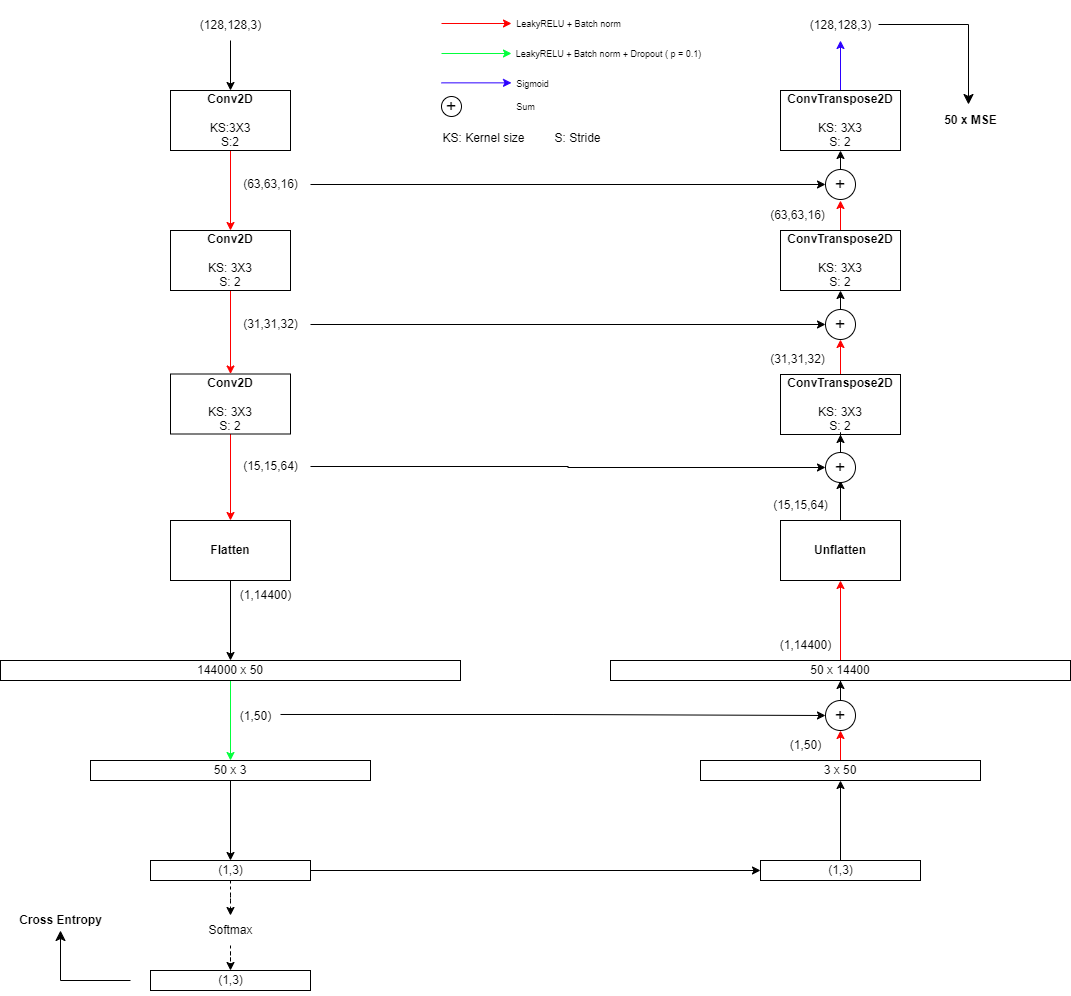
Above: Diagram/Classifier.drawio.png in GianpietroNicoletti97/HDA-project (draw.io), before the change. Source tidied: cells renumbered, new cells last; positions are measured from the earlier drawing's top-left corner, leaving out a move shared by most shapes.
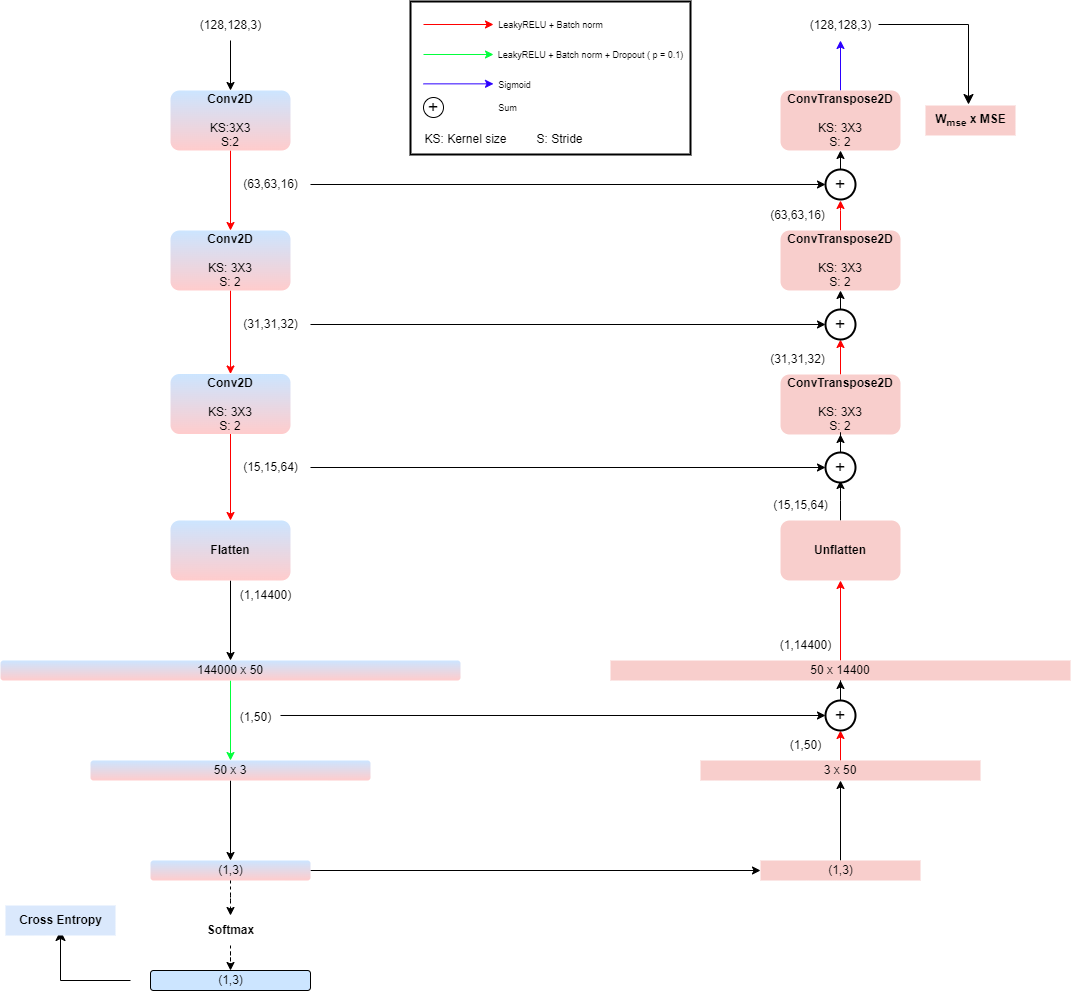
The same diagram one commit later.

What changed in the source:
```diff
@@ -7,3 +7,3 @@
     </mxCell>
-    <mxCell id="3" value="&lt;b&gt;Conv2D&lt;/b&gt;&lt;br&gt;&lt;br&gt;KS:3X3&lt;br&gt;S:2" style="rounded=0;whiteSpace=wrap;html=1;" parent="1" vertex="1">
+    <mxCell id="3" value="&lt;b&gt;Conv2D&lt;/b&gt;&lt;br&gt;&lt;br&gt;KS:3X3&lt;br&gt;S:2" style="rounded=1;whiteSpace=wrap;html=1;fillColor=#FFCCCC;gradientColor=#CCE5FF;strokeColor=none;gradientDirection=north;fillStyle=auto;" parent="1" vertex="1">
       <mxGeometry x="170" y="90" width="120" height="60" as="geometry" />
@@ -13,3 +13,3 @@
     </mxCell>
-    <mxCell id="5" value="&lt;b style=&quot;border-color: var(--border-color);&quot;&gt;Conv2D&lt;/b&gt;&lt;br&gt;&lt;br&gt;KS: 3X3&lt;br style=&quot;border-color: var(--border-color);&quot;&gt;S: 2" style="rounded=0;whiteSpace=wrap;html=1;" parent="1" vertex="1">
+    <mxCell id="5" value="&lt;b style=&quot;border-color: var(--border-color);&quot;&gt;Conv2D&lt;/b&gt;&lt;br&gt;&lt;br&gt;KS: 3X3&lt;br style=&quot;border-color: var(--border-color);&quot;&gt;S: 2" style="rounded=1;whiteSpace=wrap;html=1;fillColor=#FFCCCC;strokeColor=none;gradientColor=#CCE5FF;gradientDirection=north;fillStyle=auto;" parent="1" vertex="1">
       <mxGeometry x="170" y="230" width="120" height="60" as="geometry" />
@@ -19,3 +19,3 @@
     </mxCell>
-    <mxCell id="7" value="&lt;b style=&quot;border-color: var(--border-color);&quot;&gt;Conv2D&lt;/b&gt;&lt;br&gt;&lt;br&gt;KS: 3X3&lt;br style=&quot;border-color: var(--border-color);&quot;&gt;S: 2" style="rounded=0;whiteSpace=wrap;html=1;" parent="1" vertex="1">
+    <mxCell id="7" value="&lt;b style=&quot;border-color: var(--border-color);&quot;&gt;Conv2D&lt;/b&gt;&lt;br&gt;&lt;br&gt;KS: 3X3&lt;br style=&quot;border-color: var(--border-color);&quot;&gt;S: 2" style="rounded=1;whiteSpace=wrap;html=1;fillColor=#FFCCCC;strokeColor=none;gradientColor=#CCE5FF;gradientDirection=north;fillStyle=auto;" parent="1" vertex="1">
       <mxGeometry x="170" y="373.5" width="120" height="60" as="geometry" />
@@ -25,3 +25,3 @@
     </mxCell>
-    <mxCell id="9" value="&lt;b&gt;Flatten&lt;/b&gt;" style="rounded=0;whiteSpace=wrap;html=1;" parent="1" vertex="1">
+    <mxCell id="9" value="&lt;b&gt;Flatten&lt;/b&gt;" style="rounded=1;whiteSpace=wrap;html=1;fillColor=#FFCCCC;strokeColor=none;gradientColor=#CCE5FF;gradientDirection=north;fillStyle=auto;" parent="1" vertex="1">
       <mxGeometry x="170" y="520" width="120" height="60" as="geometry" />
@@ -50,3 +50,3 @@
     <mxCell id="17" value="(15,15,64)" style="text;html=1;align=center;verticalAlign=middle;points=[];strokeColor=none;fillColor=none;" parent="1" vertex="1">
-      <mxGeometry x="230" y="451" width="80" height="30" as="geometry" />
+      <mxGeometry x="230" y="452" width="80" height="30" as="geometry" />
     </mxCell>
@@ -55,3 +55,3 @@
     </mxCell>
-    <mxCell id="19" value="144000 x 50" style="rounded=0;whiteSpace=wrap;html=1;" parent="1" vertex="1">
+    <mxCell id="19" value="144000 x 50" style="rounded=1;whiteSpace=wrap;html=1;fillColor=#FFCCCC;strokeColor=none;gradientColor=#CCE5FF;gradientDirection=north;fillStyle=auto;" parent="1" vertex="1">
       <mxGeometry y="660" width="460" height="20" as="geometry" />
@@ -64,3 +64,3 @@
     </mxCell>
-    <mxCell id="22" value="50 x 3" style="rounded=0;whiteSpace=wrap;html=1;" parent="1" vertex="1">
+    <mxCell id="22" value="50 x 3" style="rounded=1;whiteSpace=wrap;html=1;fillColor=#FFCCCC;strokeColor=none;gradientColor=#CCE5FF;gradientDirection=north;fillStyle=auto;" parent="1" vertex="1">
       <mxGeometry x="90" y="760" width="280" height="20" as="geometry" />
@@ -73,3 +73,3 @@
     </mxCell>
-    <mxCell id="25" style="rounded=0;whiteSpace=wrap;html=1;" parent="1" vertex="1">
+    <mxCell id="25" style="rounded=1;whiteSpace=wrap;html=1;fillColor=#FFCCCC;strokeColor=none;gradientColor=#CCE5FF;gradientDirection=north;fillStyle=auto;" parent="1" vertex="1">
       <mxGeometry x="150" y="860" width="160" height="20" as="geometry" />
@@ -80,3 +80,3 @@
     <mxCell id="27" value="(1,50)" style="text;html=1;align=center;verticalAlign=middle;points=[];strokeColor=none;fillColor=none;" parent="1" vertex="1">
-      <mxGeometry x="230" y="701" width="50" height="30" as="geometry" />
+      <mxGeometry x="230" y="702" width="50" height="30" as="geometry" />
     </mxCell>
@@ -88,3 +88,3 @@
     </mxCell>
-    <mxCell id="30" value="50 x 14400" style="rounded=0;whiteSpace=wrap;html=1;" parent="1" vertex="1">
+    <mxCell id="30" value="50 x 14400" style="rounded=0;whiteSpace=wrap;html=1;fillColor=#f8cecc;strokeColor=none;" parent="1" vertex="1">
       <mxGeometry x="610" y="660" width="460" height="20" as="geometry" />
@@ -94,3 +94,3 @@
     </mxCell>
-    <mxCell id="32" value="3 x 50" style="rounded=0;whiteSpace=wrap;html=1;" parent="1" vertex="1">
+    <mxCell id="32" value="3 x 50" style="rounded=0;whiteSpace=wrap;html=1;fillColor=#f8cecc;strokeColor=none;" parent="1" vertex="1">
       <mxGeometry x="700" y="760" width="280" height="20" as="geometry" />
@@ -100,3 +100,3 @@
     </mxCell>
-    <mxCell id="34" style="rounded=0;whiteSpace=wrap;html=1;" parent="1" vertex="1">
+    <mxCell id="34" style="rounded=0;whiteSpace=wrap;html=1;fillColor=#f8cecc;strokeColor=none;" parent="1" vertex="1">
       <mxGeometry x="760" y="860" width="160" height="20" as="geometry" />
@@ -112,3 +112,3 @@
     </mxCell>
-    <mxCell id="38" style="rounded=0;whiteSpace=wrap;html=1;" parent="1" vertex="1">
+    <mxCell id="38" style="rounded=1;whiteSpace=wrap;html=1;fillColor=#CCE5FF;" parent="1" vertex="1">
       <mxGeometry x="150" y="970" width="160" height="20" as="geometry" />
@@ -120,3 +120,3 @@
     </mxCell>
-    <mxCell id="40" value="&lt;b&gt;Unflatten&lt;/b&gt;" style="rounded=0;whiteSpace=wrap;html=1;" parent="1" vertex="1">
+    <mxCell id="40" value="&lt;b&gt;Unflatten&lt;/b&gt;" style="rounded=1;whiteSpace=wrap;html=1;fillColor=#f8cecc;strokeColor=none;" parent="1" vertex="1">
       <mxGeometry x="780" y="520" width="120" height="60" as="geometry" />
@@ -126,3 +126,3 @@
     </mxCell>
-    <mxCell id="42" value="&lt;b style=&quot;border-color: var(--border-color);&quot;&gt;ConvTranspose2D&lt;/b&gt;&lt;br&gt;&lt;br&gt;KS: 3X3&lt;br style=&quot;border-color: var(--border-color);&quot;&gt;S: 2" style="rounded=0;whiteSpace=wrap;html=1;" parent="1" vertex="1">
+    <mxCell id="42" value="&lt;b style=&quot;border-color: var(--border-color);&quot;&gt;ConvTranspose2D&lt;/b&gt;&lt;br&gt;&lt;br&gt;KS: 3X3&lt;br style=&quot;border-color: var(--border-color);&quot;&gt;S: 2" style="rounded=1;whiteSpace=wrap;html=1;fillColor=#f8cecc;strokeColor=none;" parent="1" vertex="1">
       <mxGeometry x="780" y="374" width="120" height="60" as="geometry" />
@@ -134,3 +134,3 @@
     </mxCell>
-    <mxCell id="44" value="&lt;b style=&quot;border-color: var(--border-color);&quot;&gt;ConvTranspose2D&lt;/b&gt;&lt;br&gt;&lt;br&gt;KS: 3X3&lt;br style=&quot;border-color: var(--border-color);&quot;&gt;S: 2" style="rounded=0;whiteSpace=wrap;html=1;" parent="1" vertex="1">
+    <mxCell id="44" value="&lt;b style=&quot;border-color: var(--border-color);&quot;&gt;ConvTranspose2D&lt;/b&gt;&lt;br&gt;&lt;br&gt;KS: 3X3&lt;br style=&quot;border-color: var(--border-color);&quot;&gt;S: 2" style="rounded=1;whiteSpace=wrap;html=1;fillColor=#f8cecc;strokeColor=none;glass=0;" parent="1" vertex="1">
       <mxGeometry x="780" y="230" width="120" height="60" as="geometry" />
@@ -140,3 +140,3 @@
     </mxCell>
-    <mxCell id="46" value="&lt;b style=&quot;border-color: var(--border-color);&quot;&gt;ConvTranspose2D&lt;/b&gt;&lt;br&gt;&lt;br&gt;KS: 3X3&lt;br style=&quot;border-color: var(--border-color);&quot;&gt;S: 2" style="rounded=0;whiteSpace=wrap;html=1;" parent="1" vertex="1">
+    <mxCell id="46" value="&lt;b style=&quot;border-color: var(--border-color);&quot;&gt;ConvTranspose2D&lt;/b&gt;&lt;br&gt;&lt;br&gt;KS: 3X3&lt;br style=&quot;border-color: var(--border-color);&quot;&gt;S: 2" style="rounded=1;whiteSpace=wrap;html=1;fillColor=#f8cecc;strokeColor=none;gradientColor=none;glass=0;shadow=0;fillStyle=auto;" parent="1" vertex="1">
       <mxGeometry x="780" y="90" width="120" height="60" as="geometry" />
@@ -161,3 +161,3 @@
     </mxCell>
-    <mxCell id="53" value="Softmax" style="text;html=1;align=center;verticalAlign=middle;points=[];strokeColor=none;fillColor=none;" parent="1" vertex="1">
+    <mxCell id="53" value="&lt;b&gt;Softmax&lt;/b&gt;" style="text;html=1;align=center;verticalAlign=middle;points=[];strokeColor=none;fillColor=none;" parent="1" vertex="1">
       <mxGeometry x="195" y="915" width="70" height="30" as="geometry" />
@@ -167,3 +167,3 @@
     </mxCell>
-    <mxCell id="55" value="&lt;font style=&quot;font-size: 18px;&quot;&gt;+&lt;/font&gt;" style="ellipse;whiteSpace=wrap;html=1;" parent="1" vertex="1">
+    <mxCell id="55" value="&lt;font style=&quot;font-size: 18px;&quot;&gt;+&lt;/font&gt;" style="ellipse;whiteSpace=wrap;html=1;strokeWidth=2;" parent="1" vertex="1">
       <mxGeometry x="825" y="169" width="30" height="30" as="geometry" />
@@ -173,3 +173,3 @@
     </mxCell>
-    <mxCell id="57" value="&lt;font style=&quot;font-size: 18px;&quot;&gt;+&lt;/font&gt;" style="ellipse;whiteSpace=wrap;html=1;" parent="1" vertex="1">
+    <mxCell id="57" value="&lt;font style=&quot;font-size: 18px;&quot;&gt;+&lt;/font&gt;" style="ellipse;whiteSpace=wrap;html=1;strokeWidth=2;" parent="1" vertex="1">
       <mxGeometry x="825" y="309" width="30" height="30" as="geometry" />
@@ -179,3 +179,3 @@
     </mxCell>
-    <mxCell id="59" value="&lt;font style=&quot;font-size: 18px;&quot;&gt;+&lt;/font&gt;" style="ellipse;whiteSpace=wrap;html=1;" parent="1" vertex="1">
+    <mxCell id="59" value="&lt;font style=&quot;font-size: 18px;&quot;&gt;+&lt;/font&gt;" style="ellipse;whiteSpace=wrap;html=1;strokeWidth=2;" parent="1" vertex="1">
       <mxGeometry x="825" y="452" width="30" height="30" as="geometry" />
@@ -185,65 +185,65 @@
     </mxCell>
-    <mxCell id="61" value="&lt;font style=&quot;font-size: 18px;&quot;&gt;+&lt;/font&gt;" style="ellipse;whiteSpace=wrap;html=1;" parent="1" vertex="1">
+    <mxCell id="61" value="&lt;font style=&quot;font-size: 18px;&quot;&gt;+&lt;/font&gt;" style="ellipse;whiteSpace=wrap;html=1;strokeWidth=2;" parent="1" vertex="1">
       <mxGeometry x="825" y="700" width="30" height="30" as="geometry" />
     </mxCell>
-    <mxCell id="62" style="group;" parent="1" vertex="1">
-      <mxGeometry x="431" width="280" height="153" as="geometry" />
-    </mxCell>
+    <mxCell id="73" style="edgeStyle=segmentEdgeStyle;endArrow=classic;html=1;curved=0;rounded=0;endSize=8;startSize=8;" parent="1" edge="1">
+      <mxGeometry relative="1" as="geometry">
+        <mxPoint x="878" y="24" as="sourcePoint" />
+        <mxPoint x="968" y="104" as="targetPoint" />
+      </mxGeometry>
+    </mxCell>
+    <mxCell id="74" value="&lt;b&gt;W&lt;sub&gt;mse&lt;/sub&gt; x MSE&lt;/b&gt;" style="text;html=1;align=center;verticalAlign=middle;strokeColor=none;fillColor=#f8cecc;" parent="1" vertex="1">
+      <mxGeometry x="925" y="105" width="90" height="30" as="geometry" />
+    </mxCell>
+    <mxCell id="75" style="edgeStyle=segmentEdgeStyle;endArrow=classic;html=1;curved=0;rounded=0;endSize=8;startSize=8;" parent="1" edge="1">
+      <mxGeometry relative="1" as="geometry">
+        <mxPoint x="130" y="980" as="sourcePoint" />
+        <mxPoint x="60" y="930" as="targetPoint" />
+      </mxGeometry>
+    </mxCell>
+    <mxCell id="76" value="&lt;b&gt;Cross Entropy&lt;/b&gt;" style="text;html=1;align=center;verticalAlign=middle;strokeColor=none;fillColor=#dae8fc;" parent="1" vertex="1">
+      <mxGeometry x="5" y="905" width="110" height="30" as="geometry" />
+    </mxCell>
+    <mxCell id="77" style="group;" parent="1" vertex="1">
+      <mxGeometry x="410" y="1" width="285" height="153" as="geometry" />
+    </mxCell>
-    <mxCell id="63" style="rounded=0;whiteSpace=wrap;html=1;strokeColor=none;" parent="62" vertex="1">
+    <mxCell id="63" style="rounded=1;whiteSpace=wrap;html=1;fillColor=none;strokeColor=#000000;strokeWidth=2;glass=0;arcSize=0;" parent="77" vertex="1">
       <mxGeometry width="280" height="153" as="geometry" />
     </mxCell>
-    <mxCell id="64" style="edgeStyle=none;orthogonalLoop=1;jettySize=auto;html=1;rounded=0;strokeColor=#FF0000;" parent="62" edge="1">
+    <mxCell id="64" style="edgeStyle=none;orthogonalLoop=1;jettySize=auto;html=1;rounded=0;strokeColor=#FF0000;" parent="77" edge="1">
       <mxGeometry relative="1" as="geometry">
-        <mxPoint x="10" y="23" as="sourcePoint" />
-        <mxPoint x="80" y="23" as="targetPoint" />
+        <mxPoint x="13" y="23" as="sourcePoint" />
+        <mxPoint x="83" y="23" as="targetPoint" />
       </mxGeometry>
     </mxCell>
-    <mxCell id="65" style="edgeStyle=none;orthogonalLoop=1;jettySize=auto;html=1;rounded=0;strokeColor=#03FF3D;" parent="62" edge="1">
+    <mxCell id="65" style="edgeStyle=none;orthogonalLoop=1;jettySize=auto;html=1;rounded=0;strokeColor=#03FF3D;" parent="77" edge="1">
       <mxGeometry relative="1" as="geometry">
-        <mxPoint x="10" y="53" as="sourcePoint" />
-        <mxPoint x="80" y="53" as="targetPoint" />
+        <mxPoint x="13" y="53" as="sourcePoint" />
+        <mxPoint x="83" y="53" as="targetPoint" />
       </mxGeometry>
     </mxCell>
-    <mxCell id="66" style="edgeStyle=none;orthogonalLoop=1;jettySize=auto;html=1;rounded=0;strokeColor=#2B00FF;" parent="62" edge="1">
+    <mxCell id="66" style="edgeStyle=none;orthogonalLoop=1;jettySize=auto;html=1;rounded=0;strokeColor=#2B00FF;" parent="77" edge="1">
       <mxGeometry relative="1" as="geometry">
-        <mxPoint x="10" y="82.3" as="sourcePoint" />
-        <mxPoint x="80" y="82.3" as="targetPoint" />
+        <mxPoint x="13" y="82.3" as="sourcePoint" />
+        <mxPoint x="83" y="82.3" as="targetPoint" />
       </mxGeometry>
     </mxCell>
-    <mxCell id="67" value="&lt;font style=&quot;font-size: 9px;&quot;&gt;LeakyRELU + Batch norm&lt;/font&gt;" style="text;html=1;align=center;verticalAlign=middle;strokeColor=none;fillColor=none;" parent="62" vertex="1">
-      <mxGeometry x="72" y="8" width="130" height="30" as="geometry" />
+    <mxCell id="67" value="&lt;font style=&quot;font-size: 9px;&quot;&gt;LeakyRELU + Batch norm&lt;/font&gt;" style="text;html=1;align=center;verticalAlign=middle;strokeColor=none;fillColor=none;" parent="77" vertex="1">
+      <mxGeometry x="75" y="8" width="130" height="30" as="geometry" />
     </mxCell>
-    <mxCell id="68" value="&lt;font style=&quot;font-size: 9px;&quot;&gt;LeakyRELU + Batch norm + Dropout ( p = 0.1)&lt;/font&gt;" style="text;html=1;align=center;verticalAlign=middle;strokeColor=none;fillColor=none;" parent="62" vertex="1">
-      <mxGeometry x="72" y="38" width="210" height="30" as="geometry" />
+    <mxCell id="68" value="&lt;font style=&quot;font-size: 9px;&quot;&gt;LeakyRELU + Batch norm + Dropout ( p = 0.1)&lt;/font&gt;" style="text;html=1;align=center;verticalAlign=middle;strokeColor=none;fillColor=none;" parent="77" vertex="1">
+      <mxGeometry x="75" y="38" width="210" height="30" as="geometry" />
     </mxCell>
-    <mxCell id="69" value="&lt;font style=&quot;font-size: 9px;&quot;&gt;Sigmoid&lt;/font&gt;" style="text;html=1;align=center;verticalAlign=middle;strokeColor=none;fillColor=none;" parent="62" vertex="1">
-      <mxGeometry x="71" y="68" width="60" height="30" as="geometry" />
+    <mxCell id="69" value="&lt;font style=&quot;font-size: 9px;&quot;&gt;Sigmoid&lt;/font&gt;" style="text;html=1;align=center;verticalAlign=middle;strokeColor=none;fillColor=none;" parent="77" vertex="1">
+      <mxGeometry x="74" y="68" width="60" height="30" as="geometry" />
     </mxCell>
-    <mxCell id="70" value="&lt;font style=&quot;font-size: 18px;&quot;&gt;+&lt;/font&gt;" style="ellipse;whiteSpace=wrap;html=1;" parent="62" vertex="1">
-      <mxGeometry x="10" y="96" width="20" height="20" as="geometry" />
+    <mxCell id="70" value="&lt;font style=&quot;font-size: 18px;&quot;&gt;+&lt;/font&gt;" style="ellipse;whiteSpace=wrap;html=1;" parent="77" vertex="1">
+      <mxGeometry x="13" y="96" width="20" height="20" as="geometry" />
     </mxCell>
-    <mxCell id="71" value="&lt;font style=&quot;font-size: 9px;&quot;&gt;Sum&lt;/font&gt;" style="text;html=1;align=center;verticalAlign=middle;strokeColor=none;fillColor=none;" parent="62" vertex="1">
-      <mxGeometry x="74" y="91" width="40" height="30" as="geometry" />
+    <mxCell id="71" value="&lt;font style=&quot;font-size: 9px;&quot;&gt;Sum&lt;/font&gt;" style="text;html=1;align=center;verticalAlign=middle;strokeColor=none;fillColor=none;" parent="77" vertex="1">
+      <mxGeometry x="77" y="91" width="40" height="30" as="geometry" />
     </mxCell>
-    <mxCell id="72" value="KS: Kernel size&amp;nbsp; &amp;nbsp; &amp;nbsp; &amp;nbsp; &amp;nbsp;S: Stride" style="text;html=1;align=center;verticalAlign=middle;strokeColor=none;fillColor=none;" parent="62" vertex="1">
-      <mxGeometry y="123" width="180" height="30" as="geometry" />
+    <mxCell id="72" value="KS: Kernel size&amp;nbsp; &amp;nbsp; &amp;nbsp; &amp;nbsp; &amp;nbsp;S: Stride" style="text;html=1;align=center;verticalAlign=middle;strokeColor=none;fillColor=none;" parent="77" vertex="1">
+      <mxGeometry x="3" y="123" width="180" height="30" as="geometry" />
     </mxCell>
-    <mxCell id="73" style="edgeStyle=segmentEdgeStyle;endArrow=classic;html=1;curved=0;rounded=0;endSize=8;startSize=8;" parent="1" edge="1">
-      <mxGeometry relative="1" as="geometry">
-        <mxPoint x="878" y="24" as="sourcePoint" />
-        <mxPoint x="968" y="104" as="targetPoint" />
-      </mxGeometry>
-    </mxCell>
-    <mxCell id="74" value="&lt;b&gt;50 x MSE&lt;/b&gt;" style="text;html=1;align=center;verticalAlign=middle;strokeColor=none;fillColor=none;" parent="1" vertex="1">
-      <mxGeometry x="930" y="105" width="80" height="30" as="geometry" />
-    </mxCell>
-    <mxCell id="75" style="edgeStyle=segmentEdgeStyle;endArrow=classic;html=1;curved=0;rounded=0;endSize=8;startSize=8;" parent="1" edge="1">
-      <mxGeometry relative="1" as="geometry">
-        <mxPoint x="130" y="980" as="sourcePoint" />
-        <mxPoint x="60" y="930" as="targetPoint" />
-      </mxGeometry>
-    </mxCell>
-    <mxCell id="76" value="&lt;b&gt;Cross Entropy&lt;/b&gt;" style="text;html=1;align=center;verticalAlign=middle;strokeColor=none;fillColor=none;" parent="1" vertex="1">
-      <mxGeometry x="5" y="905" width="110" height="30" as="geometry" />
-    </mxCell>
   </root>
```
